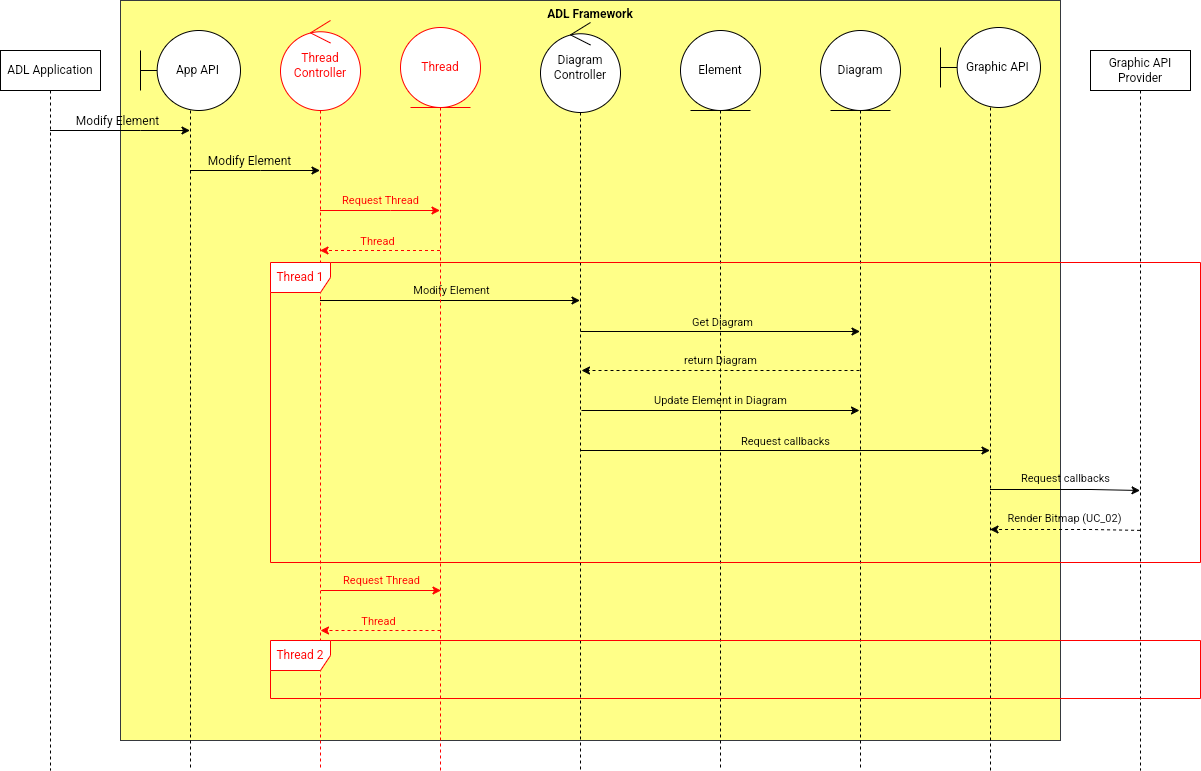
Earlier version of the draw.io export CA/CA1.drawio.png (phunm211/SW-Associate-Architecture). Source tidied: cells renumbered, new cells last; positions are measured from the earlier drawing's top-left corner, leaving out a move shared by most shapes.
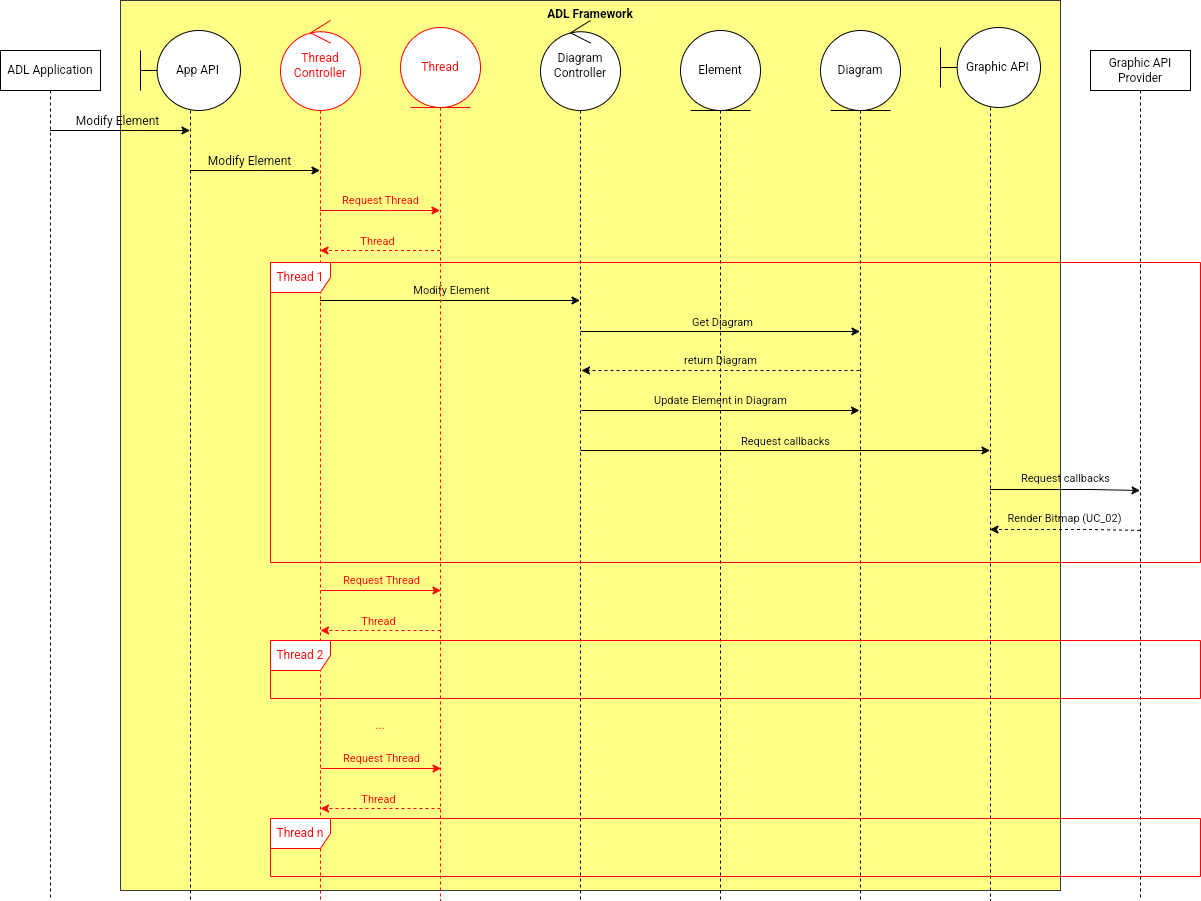
Above is the later version.

Diff of the diagram source:
```diff
@@ -3,10 +3,10 @@
     <mxCell id="0" />
     <mxCell id="1" parent="0" />
     <mxCell id="2" value="ADL Framework" style="rounded=0;whiteSpace=wrap;html=1;strokeColor=#36393d;align=center;verticalAlign=top;fontFamily=Helvetica;fontSize=12;fillColor=#ffff88;fontStyle=1;" parent="1" vertex="1">
-      <mxGeometry x="120" width="940" height="740" as="geometry" />
+      <mxGeometry x="120" width="940" height="890" as="geometry" />
     </mxCell>
     <mxCell id="3" value="Element" style="shape=umlLifeline;perimeter=lifelinePerimeter;whiteSpace=wrap;html=1;newEdgeStyle={&quot;curved&quot;:0,&quot;rounded&quot;:0};participant=umlEntity;strokeColor=default;align=center;verticalAlign=middle;fontFamily=Helvetica;fontSize=12;fontColor=default;fillColor=default;size=80;" parent="1" vertex="1">
-      <mxGeometry x="680" y="30" width="80" height="740" as="geometry" />
+      <mxGeometry x="680" y="30" width="80" height="870" as="geometry" />
     </mxCell>
     <mxCell id="4" style="rounded=0;jettySize=auto;html=1;fontFamily=Helvetica;fontSize=12;fontColor=default;" parent="1" edge="1" source="6" target="12">
       <mxGeometry relative="1" as="geometry">
@@ -21,7 +21,7 @@
       </mxGeometry>
     </mxCell>
     <mxCell id="6" value="ADL Application" style="shape=umlLifeline;perimeter=lifelinePerimeter;whiteSpace=wrap;html=1;outlineConnect=0;portConstraint=eastwest;newEdgeStyle={&quot;curved&quot;:0,&quot;rounded&quot;:0};" parent="1" vertex="1">
-      <mxGeometry y="50" width="100" height="720" as="geometry" />
+      <mxGeometry y="50" width="100" height="850" as="geometry" />
     </mxCell>
     <mxCell id="7" style="rounded=0;jettySize=auto;html=1;fontFamily=Helvetica;fontSize=12;fontColor=default;" parent="1" edge="1" source="12" target="27">
       <mxGeometry relative="1" as="geometry">
@@ -49,10 +49,10 @@
       </mxGeometry>
     </mxCell>
     <mxCell id="11" value="Diagram Controller" style="shape=umlLifeline;perimeter=lifelinePerimeter;whiteSpace=wrap;html=1;newEdgeStyle={&quot;curved&quot;:0,&quot;rounded&quot;:0};participant=umlControl;strokeColor=default;align=center;verticalAlign=middle;fontFamily=Helvetica;fontSize=12;fontColor=default;fillColor=default;size=90;" parent="1" vertex="1">
-      <mxGeometry x="540" y="22" width="80" height="748" as="geometry" />
+      <mxGeometry x="540" y="20" width="80" height="880" as="geometry" />
     </mxCell>
     <mxCell id="12" value="&amp;nbsp; &amp;nbsp; &amp;nbsp;App API" style="shape=umlLifeline;perimeter=lifelinePerimeter;whiteSpace=wrap;html=1;outlineConnect=0;portConstraint=eastwest;newEdgeStyle={&quot;curved&quot;:0,&quot;rounded&quot;:0};participant=umlBoundary;size=80;" parent="1" vertex="1">
-      <mxGeometry x="140" y="30" width="100" height="740" as="geometry" />
+      <mxGeometry x="140" y="30" width="100" height="870" as="geometry" />
     </mxCell>
     <mxCell id="13" style="rounded=0;jettySize=auto;html=1;" parent="1" edge="1" target="16">
       <mxGeometry relative="1" as="geometry">
@@ -74,7 +74,7 @@
       </mxGeometry>
     </mxCell>
     <mxCell id="16" value="Diagram" style="shape=umlLifeline;perimeter=lifelinePerimeter;whiteSpace=wrap;html=1;outlineConnect=0;portConstraint=eastwest;newEdgeStyle={&quot;curved&quot;:0,&quot;rounded&quot;:0};participant=umlEntity;strokeColor=default;align=center;verticalAlign=middle;fontFamily=Helvetica;fontSize=12;fontColor=default;fillColor=default;size=80;" parent="1" vertex="1">
-      <mxGeometry x="820" y="30" width="80" height="740" as="geometry" />
+      <mxGeometry x="820" y="30" width="80" height="870" as="geometry" />
     </mxCell>
     <mxCell id="17" style="rounded=0;jettySize=auto;html=1;dashed=1;exitX=0.935;exitY=0.893;exitDx=0;exitDy=0;exitPerimeter=0;" parent="1" edge="1" source="31">
       <mxGeometry relative="1" as="geometry">
@@ -90,7 +90,7 @@
       </mxGeometry>
     </mxCell>
     <mxCell id="19" value="Graphic API Provider" style="shape=umlLifeline;perimeter=lifelinePerimeter;whiteSpace=wrap;html=1;newEdgeStyle={&quot;curved&quot;:0,&quot;rounded&quot;:0};" parent="1" vertex="1">
-      <mxGeometry x="1090" y="50" width="100" height="720" as="geometry" />
+      <mxGeometry x="1090" y="50" width="100" height="850" as="geometry" />
     </mxCell>
     <mxCell id="20" style="rounded=0;jettySize=auto;html=1;entryX=0.935;entryY=0.76;entryDx=0;entryDy=0;entryPerimeter=0;" parent="1" edge="1" target="31">
       <mxGeometry relative="1" as="geometry">
@@ -106,7 +106,7 @@
       </mxGeometry>
     </mxCell>
     <mxCell id="22" value="&amp;nbsp; &amp;nbsp; &amp;nbsp;Graphic API" style="shape=umlLifeline;perimeter=lifelinePerimeter;whiteSpace=wrap;html=1;outlineConnect=0;portConstraint=eastwest;newEdgeStyle={&quot;curved&quot;:0,&quot;rounded&quot;:0};participant=umlBoundary;size=80;" parent="1" vertex="1">
-      <mxGeometry x="940" y="27" width="100" height="743" as="geometry" />
+      <mxGeometry x="940" y="27" width="100" height="873" as="geometry" />
     </mxCell>
     <mxCell id="23" value="return Diagram" style="rounded=0;orthogonalLoop=1;jettySize=auto;html=1;dashed=1;labelBackgroundColor=none;" parent="1" edge="1">
       <mxGeometry y="-10" relative="1" as="geometry">
@@ -133,7 +133,7 @@
       </mxGeometry>
     </mxCell>
     <mxCell id="27" value="Thread Controller" style="shape=umlLifeline;perimeter=lifelinePerimeter;whiteSpace=wrap;html=1;outlineConnect=0;portConstraint=eastwest;newEdgeStyle={&quot;curved&quot;:0,&quot;rounded&quot;:0};participant=umlControl;strokeColor=#FF0000;align=center;verticalAlign=middle;fontFamily=Helvetica;fontSize=12;fontColor=#FF0000;fillColor=default;size=90;" parent="1" vertex="1">
-      <mxGeometry x="280" y="20" width="80" height="750" as="geometry" />
+      <mxGeometry x="280" y="20" width="80" height="880" as="geometry" />
     </mxCell>
     <mxCell id="28" style="rounded=0;orthogonalLoop=1;jettySize=auto;html=1;dashed=1;fontColor=#FF0000;strokeColor=#FF0000;" parent="1" edge="1">
       <mxGeometry relative="1" as="geometry">
@@ -147,7 +147,7 @@
       </mxGeometry>
     </mxCell>
     <mxCell id="30" value="Thread" style="shape=umlLifeline;perimeter=lifelinePerimeter;whiteSpace=wrap;html=1;outlineConnect=0;portConstraint=eastwest;newEdgeStyle={&quot;curved&quot;:0,&quot;rounded&quot;:0};participant=umlEntity;strokeColor=#FF0000;align=center;verticalAlign=middle;fontFamily=Helvetica;fontSize=12;fontColor=#FF0000;fillColor=default;size=80;" parent="1" vertex="1">
-      <mxGeometry x="400" y="27" width="80" height="743" as="geometry" />
+      <mxGeometry x="400" y="27" width="80" height="873" as="geometry" />
     </mxCell>
     <mxCell id="31" value="&lt;font color=&quot;#ff0000&quot;&gt;Thread 1&lt;/font&gt;" style="shape=umlFrame;whiteSpace=wrap;html=1;strokeColor=#FF0000;" parent="1" vertex="1">
       <mxGeometry x="270" y="262" width="930" height="300" as="geometry" />
@@ -180,5 +180,36 @@
         <mxPoint x="2" y="-10" as="offset" />
       </mxGeometry>
     </mxCell>
+    <mxCell id="37" value="&lt;font color=&quot;#ff0000&quot;&gt;...&lt;/font&gt;" style="text;html=1;strokeColor=none;fillColor=none;align=center;verticalAlign=middle;whiteSpace=wrap;rounded=0;" parent="1" vertex="1">
+      <mxGeometry x="350" y="710" width="60" height="30" as="geometry" />
+    </mxCell>
+    <mxCell id="38" value="&lt;font color=&quot;#ff0000&quot;&gt;Thread n&lt;/font&gt;" style="shape=umlFrame;whiteSpace=wrap;html=1;strokeColor=#FF0000;" parent="1" vertex="1">
+      <mxGeometry x="270" y="818" width="930" height="58" as="geometry" />
+    </mxCell>
+    <mxCell id="39" style="rounded=0;orthogonalLoop=1;jettySize=auto;html=1;strokeColor=#FF0000;" parent="1" edge="1">
+      <mxGeometry relative="1" as="geometry">
+        <mxPoint x="320.5" y="768" as="sourcePoint" />
+        <mxPoint x="440.5" y="768" as="targetPoint" />
+        <Array as="points">
+          <mxPoint x="390.5" y="768" />
+        </Array>
+      </mxGeometry>
+    </mxCell>
+    <mxCell id="40" value="Request Thread" style="edgeLabel;html=1;align=center;verticalAlign=middle;labelBackgroundColor=none;fontColor=#FF0000;" parent="39" vertex="1">
+      <mxGeometry y="1" relative="1" as="geometry">
+        <mxPoint y="-10" as="offset" />
+      </mxGeometry>
+    </mxCell>
+    <mxCell id="41" style="rounded=0;orthogonalLoop=1;jettySize=auto;html=1;dashed=1;strokeColor=#FF0000;" parent="1" edge="1">
+      <mxGeometry relative="1" as="geometry">
+        <mxPoint x="440" y="808" as="sourcePoint" />
+        <mxPoint x="320" y="808" as="targetPoint" />
+      </mxGeometry>
+    </mxCell>
+    <mxCell id="42" value="&lt;font color=&quot;#ff0000&quot;&gt;Thread&lt;/font&gt;" style="edgeLabel;html=1;align=center;verticalAlign=middle;labelBackgroundColor=none;" parent="41" vertex="1">
+      <mxGeometry x="0.08" relative="1" as="geometry">
+        <mxPoint x="2" y="-10" as="offset" />
+      </mxGeometry>
+    </mxCell>
   </root>
 </mxGraphModel>
```
